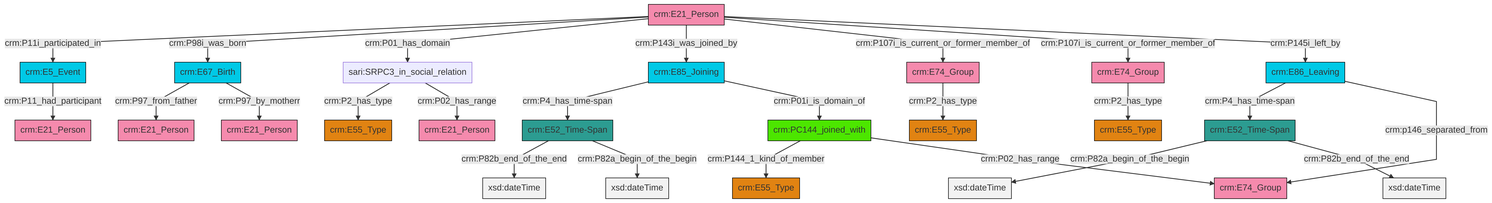
This is et/personCSV/ttl/mmd/png/Person_Actor_Relations.png from swiss-art-research-net/reference-data-models, a Mermaid export, as it was before one commit. Its source is kept beside it as et/personCSV/ttl/mmd/Person_Actor_Relations.ttl.mmd.
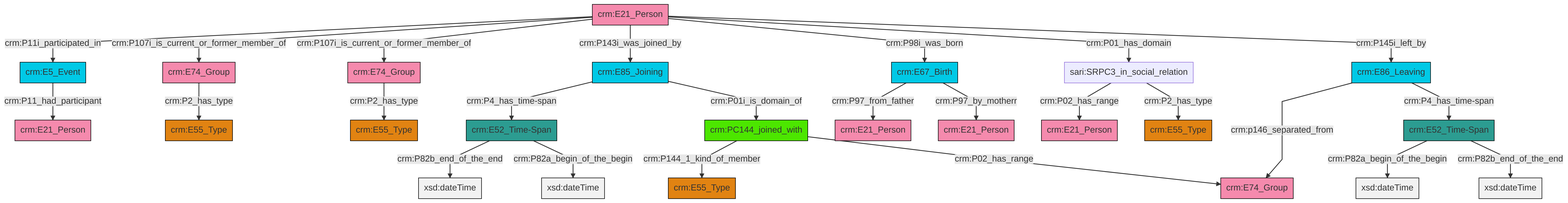
After the commit.

The edit, as a diff of the source:
```diff
@@ -13,27 +13,27 @@
 classDef PC_Classes fill:#4ce600, stroke:#000000;
 classDef Multi fill:#cccccc,stroke:#000000;
 
-0["crm:E74_Group"]:::Actor -->|crm:P2_has_type| 1["crm:E55_Type"]:::Type
-2["crm:E52_Time-Span"]:::Time-Span -->|crm:P82a_begin_of_the_begin| 3[xsd:dateTime]:::Literal
-6["crm:E21_Person"]:::Actor -->|crm:P11i_participated_in| 7["crm:E5_Event"]:::Temporal_Entity
-10["crm:E85_Joining"]:::Temporal_Entity -->|crm:P4_has_time-span| 11["crm:E52_Time-Span"]:::Time-Span
-6["crm:E21_Person"]:::Actor -->|crm:P98i_was_born| 12["crm:E67_Birth"]:::Temporal_Entity
-11["crm:E52_Time-Span"]:::Time-Span -->|crm:P82b_end_of_the_end| 13[xsd:dateTime]:::Literal
-6["crm:E21_Person"]:::Actor -->|crm:P01_has_domain| 14["sari:SRPC3_in_social_relation"]:::Default
-6["crm:E21_Person"]:::Actor -->|crm:P143i_was_joined_by| 10["crm:E85_Joining"]:::Temporal_Entity
-7["crm:E5_Event"]:::Temporal_Entity -->|crm:P11_had_participant| 17["crm:E21_Person"]:::Actor
-18["crm:E74_Group"]:::Actor -->|crm:P2_has_type| 19["crm:E55_Type"]:::Type
-6["crm:E21_Person"]:::Actor -->|crm:P107i_is_current_or_former_member_of| 18["crm:E74_Group"]:::Actor
-22["crm:E86_Leaving"]:::Temporal_Entity -->|crm:P4_has_time-span| 2["crm:E52_Time-Span"]:::Time-Span
-22["crm:E86_Leaving"]:::Temporal_Entity -->|crm:p146_separated_from| 27["crm:E74_Group"]:::Actor
-14["sari:SRPC3_in_social_relation"]:::Default -->|crm:P2_has_type| 4["crm:E55_Type"]:::Type
-2["crm:E52_Time-Span"]:::Time-Span -->|crm:P82b_end_of_the_end| 29[xsd:dateTime]:::Literal
-14["sari:SRPC3_in_social_relation"]:::Default -->|crm:P02_has_range| 30["crm:E21_Person"]:::Actor
-12["crm:E67_Birth"]:::Temporal_Entity -->|crm:P97_from_father| 8["crm:E21_Person"]:::Actor
-15["crm:PC144_joined_with"]:::PC_Classes -->|crm:P144_1_kind_of_member| 20["crm:E55_Type"]:::Type
-15["crm:PC144_joined_with"]:::PC_Classes -->|crm:P02_has_range| 27["crm:E74_Group"]:::Actor
-6["crm:E21_Person"]:::Actor -->|crm:P107i_is_current_or_former_member_of| 0["crm:E74_Group"]:::Actor
-12["crm:E67_Birth"]:::Temporal_Entity -->|crm:P97_by_motherr| 36["crm:E21_Person"]:::Actor
-11["crm:E52_Time-Span"]:::Time-Span -->|crm:P82a_begin_of_the_begin| 37[xsd:dateTime]:::Literal
-6["crm:E21_Person"]:::Actor -->|crm:P145i_left_by| 22["crm:E86_Leaving"]:::Temporal_Entity
-10["crm:E85_Joining"]:::Temporal_Entity -->|crm:P01i_is_domain_of| 15["crm:PC144_joined_with"]:::PC_Classes
+0["crm:E21_Person"]:::Actor -->|crm:P11i_participated_in| 1["crm:E5_Event"]:::Temporal_Entity
+0["crm:E21_Person"]:::Actor -->|crm:P107i_is_current_or_former_member_of| 4["crm:E74_Group"]:::Actor
+8["crm:E85_Joining"]:::Temporal_Entity -->|crm:P4_has_time-span| 9["crm:E52_Time-Span"]:::Time-Span
+13["crm:PC144_joined_with"]:::PC_Classes -->|crm:P144_1_kind_of_member| 14["crm:E55_Type"]:::Type
+15["crm:E86_Leaving"]:::Temporal_Entity -->|crm:p146_separated_from| 16["crm:E74_Group"]:::Actor
+0["crm:E21_Person"]:::Actor -->|crm:P107i_is_current_or_former_member_of| 17["crm:E74_Group"]:::Actor
+4["crm:E74_Group"]:::Actor -->|crm:P2_has_type| 2["crm:E55_Type"]:::Type
+10["crm:E67_Birth"]:::Temporal_Entity -->|crm:P97_from_father| 21["crm:E21_Person"]:::Actor
+10["crm:E67_Birth"]:::Temporal_Entity -->|crm:P97_by_motherr| 24["crm:E21_Person"]:::Actor
+0["crm:E21_Person"]:::Actor -->|crm:P143i_was_joined_by| 8["crm:E85_Joining"]:::Temporal_Entity
+15["crm:E86_Leaving"]:::Temporal_Entity -->|crm:P4_has_time-span| 25["crm:E52_Time-Span"]:::Time-Span
+25["crm:E52_Time-Span"]:::Time-Span -->|crm:P82a_begin_of_the_begin| 27[xsd:dateTime]:::Literal
+9["crm:E52_Time-Span"]:::Time-Span -->|crm:P82b_end_of_the_end| 30[xsd:dateTime]:::Literal
+9["crm:E52_Time-Span"]:::Time-Span -->|crm:P82a_begin_of_the_begin| 31[xsd:dateTime]:::Literal
+32["sari:SRPC3_in_social_relation"]:::Default -->|crm:P02_has_range| 22["crm:E21_Person"]:::Actor
+17["crm:E74_Group"]:::Actor -->|crm:P2_has_type| 6["crm:E55_Type"]:::Type
+1["crm:E5_Event"]:::Temporal_Entity -->|crm:P11_had_participant| 36["crm:E21_Person"]:::Actor
+25["crm:E52_Time-Span"]:::Time-Span -->|crm:P82b_end_of_the_end| 37[xsd:dateTime]:::Literal
+32["sari:SRPC3_in_social_relation"]:::Default -->|crm:P2_has_type| 19["crm:E55_Type"]:::Type
+0["crm:E21_Person"]:::Actor -->|crm:P98i_was_born| 10["crm:E67_Birth"]:::Temporal_Entity
+0["crm:E21_Person"]:::Actor -->|crm:P01_has_domain| 32["sari:SRPC3_in_social_relation"]:::Default
+0["crm:E21_Person"]:::Actor -->|crm:P145i_left_by| 15["crm:E86_Leaving"]:::Temporal_Entity
+8["crm:E85_Joining"]:::Temporal_Entity -->|crm:P01i_is_domain_of| 13["crm:PC144_joined_with"]:::PC_Classes
+13["crm:PC144_joined_with"]:::PC_Classes -->|crm:P02_has_range| 16["crm:E74_Group"]:::Actor
```
